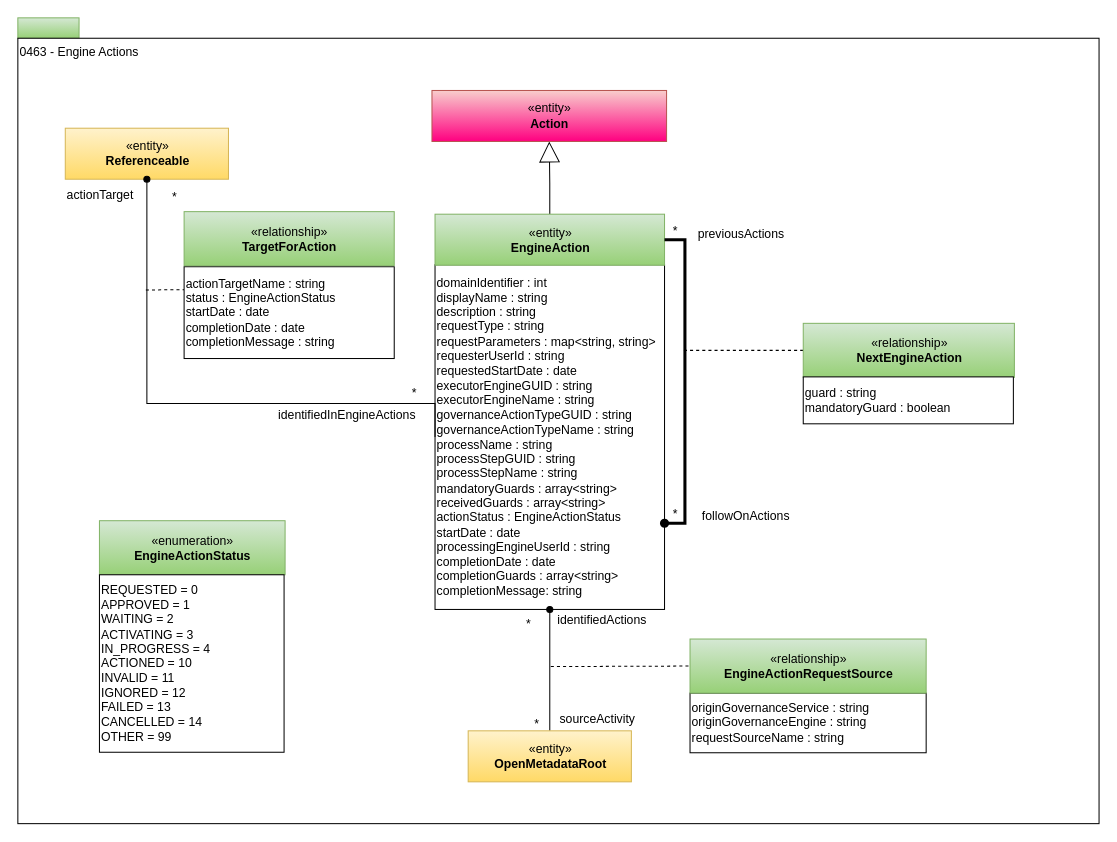
Earlier version of the draw.io diagram page "0463-Engine-Actions" (22 of 31) of site/docs/types/4/area-4-governance.drawio (odpi/egeria-docs). Source tidied: cells renumbered, new cells numbered last; positions are measured from the earlier drawing's top-left corner, leaving out a move shared by most shapes. Both pictures are drawn from the tidied source at 102%, with x=0, y=0 at pixel (17, 17).
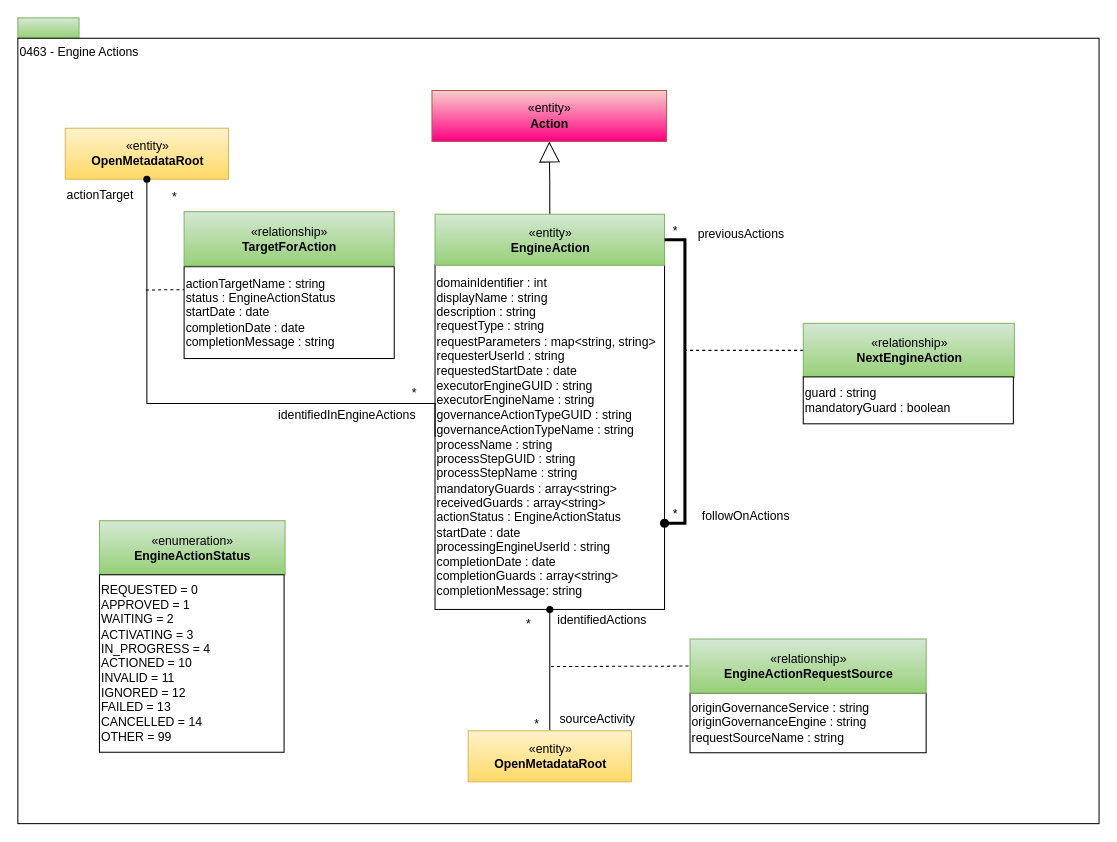
Above is the later version.

Change to the diagram source:
```diff
@@
-    <mxCell id="9" value="«entity»&lt;br&gt;&lt;b&gt;Referenceable&lt;/b&gt;" style="html=1;strokeColor=#d6b656;align=center;fillColor=#fff2cc;gradientColor=#ffd966;" parent="1" vertex="1">
+    <mxCell id="9" value="«entity»&lt;br&gt;&lt;b&gt;OpenMetadataRoot&lt;/b&gt;" style="html=1;strokeColor=#d6b656;align=center;fillColor=#fff2cc;gradientColor=#ffd966;" parent="1" vertex="1">
       <mxGeometry x="46.5" y="108.2" width="160" height="50" as="geometry" />
     </mxCell>
```
